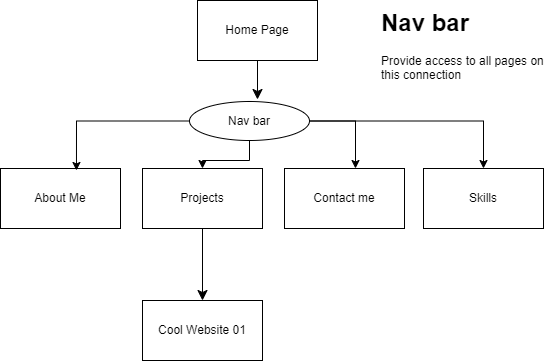
This is sitemap.png from Nianxintao/feb24tw-bigwebsite, a draw.io export, as it was before one commit. Source tidied: cells renumbered, new cells last; positions are measured from the earlier drawing's top-left corner, leaving out a move shared by most shapes. The source it was exported from:
```xml
<mxGraphModel>
  <root>
    <mxCell id="0" />
    <mxCell id="1" parent="0" />
    <mxCell id="2" style="edgeStyle=none;curved=1;rounded=0;jettySize=auto;html=1;fontSize=12;startSize=8;endSize=8;" parent="1" edge="1" source="3">
      <mxGeometry relative="1" as="geometry">
        <mxPoint x="257" y="99" as="targetPoint" />
      </mxGeometry>
    </mxCell>
    <mxCell id="3" value="Home Page" style="rounded=0;whiteSpace=wrap;html=1;" parent="1" vertex="1">
      <mxGeometry x="197" width="120" height="60" as="geometry" />
    </mxCell>
    <mxCell id="4" value="About Me" style="rounded=0;whiteSpace=wrap;html=1;" parent="1" vertex="1">
      <mxGeometry y="168" width="120" height="60" as="geometry" />
    </mxCell>
    <mxCell id="5" style="edgeStyle=none;curved=1;rounded=0;jettySize=auto;html=1;fontSize=12;startSize=8;endSize=8;" parent="1" edge="1" source="6" target="9">
      <mxGeometry relative="1" as="geometry" />
    </mxCell>
    <mxCell id="6" value="Projects" style="rounded=0;whiteSpace=wrap;html=1;" parent="1" vertex="1">
      <mxGeometry x="142" y="168" width="120" height="60" as="geometry" />
    </mxCell>
    <mxCell id="7" value="Contact me" style="rounded=0;whiteSpace=wrap;html=1;" parent="1" vertex="1">
      <mxGeometry x="284" y="168" width="120" height="60" as="geometry" />
    </mxCell>
    <mxCell id="8" value="Skills" style="rounded=0;whiteSpace=wrap;html=1;" parent="1" vertex="1">
      <mxGeometry x="423" y="168" width="120" height="60" as="geometry" />
    </mxCell>
    <mxCell id="9" value="Cool Website 01" style="rounded=0;whiteSpace=wrap;html=1;" parent="1" vertex="1">
      <mxGeometry x="142" y="300" width="120" height="60" as="geometry" />
    </mxCell>
    <mxCell id="10" style="edgeStyle=orthogonalEdgeStyle;rounded=0;jettySize=auto;html=1;exitX=0.5;exitY=1;exitDx=0;exitDy=0;" parent="1" edge="1" source="13" target="6">
      <mxGeometry relative="1" as="geometry" />
    </mxCell>
    <mxCell id="11" style="edgeStyle=orthogonalEdgeStyle;rounded=0;jettySize=auto;html=1;exitX=1;exitY=0.5;exitDx=0;exitDy=0;" parent="1" edge="1" source="13" target="7">
      <mxGeometry relative="1" as="geometry">
        <Array as="points">
          <mxPoint x="355" y="121" />
        </Array>
      </mxGeometry>
    </mxCell>
    <mxCell id="12" style="edgeStyle=orthogonalEdgeStyle;rounded=0;jettySize=auto;html=1;exitX=1;exitY=0.5;exitDx=0;exitDy=0;entryX=0.5;entryY=0;entryDx=0;entryDy=0;" parent="1" edge="1" source="13" target="8">
      <mxGeometry relative="1" as="geometry" />
    </mxCell>
    <mxCell id="13" value="Nav bar" style="ellipse;whiteSpace=wrap;html=1;" parent="1" vertex="1">
      <mxGeometry x="189" y="101" width="120" height="39" as="geometry" />
    </mxCell>
    <mxCell id="14" value="&lt;h1 style=&quot;margin-top: 0px;&quot;&gt;Nav bar&lt;/h1&gt;&lt;div&gt;Provide access to all pages on this connection&lt;/div&gt;" style="text;html=1;whiteSpace=wrap;overflow=hidden;rounded=0;" parent="1" vertex="1">
      <mxGeometry x="379" y="2" width="180" height="120" as="geometry" />
    </mxCell>
    <mxCell id="15" style="edgeStyle=orthogonalEdgeStyle;rounded=0;jettySize=auto;html=1;exitX=0;exitY=0.5;exitDx=0;exitDy=0;entryX=0.633;entryY=0.033;entryDx=0;entryDy=0;entryPerimeter=0;" parent="1" edge="1" source="13" target="4">
      <mxGeometry relative="1" as="geometry" />
    </mxCell>
  </root>
</mxGraphModel>
```
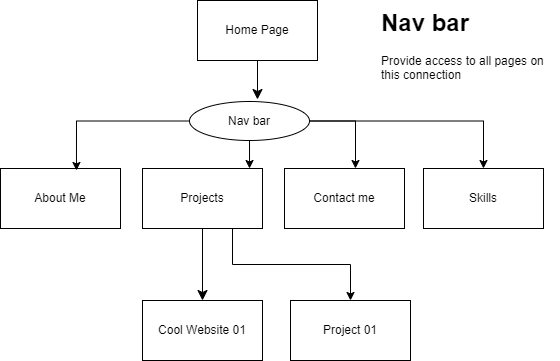
After the change.

The edit, as a diff of the source:
```diff
@@ -13,9 +13,14 @@
     <mxCell id="4" value="About Me" style="rounded=0;whiteSpace=wrap;html=1;" parent="1" vertex="1">
       <mxGeometry y="168" width="120" height="60" as="geometry" />
     </mxCell>
-    <mxCell id="5" style="edgeStyle=none;curved=1;rounded=0;jettySize=auto;html=1;fontSize=12;startSize=8;endSize=8;" parent="1" edge="1" source="6" target="9">
-      <mxGeometry relative="1" as="geometry" />
+    <mxCell id="5" style="edgeStyle=none;curved=1;rounded=0;jettySize=auto;html=1;fontSize=12;startSize=8;endSize=8;" parent="1" edge="1" target="9">
+      <mxGeometry relative="1" as="geometry">
+        <mxPoint x="202" y="223" as="sourcePoint" />
+      </mxGeometry>
     </mxCell>
+    <mxCell id="16" style="edgeStyle=orthogonalEdgeStyle;rounded=0;jettySize=auto;html=1;exitX=0.75;exitY=1;exitDx=0;exitDy=0;" parent="1" edge="1" source="6" target="17">
+      <mxGeometry relative="1" as="geometry" />
+    </mxCell>
     <mxCell id="6" value="Projects" style="rounded=0;whiteSpace=wrap;html=1;" parent="1" vertex="1">
       <mxGeometry x="142" y="168" width="120" height="60" as="geometry" />
     </mxCell>
@@ -28,9 +33,6 @@
     <mxCell id="9" value="Cool Website 01" style="rounded=0;whiteSpace=wrap;html=1;" parent="1" vertex="1">
       <mxGeometry x="142" y="300" width="120" height="60" as="geometry" />
     </mxCell>
-    <mxCell id="10" style="edgeStyle=orthogonalEdgeStyle;rounded=0;jettySize=auto;html=1;exitX=0.5;exitY=1;exitDx=0;exitDy=0;" parent="1" edge="1" source="13" target="6">
-      <mxGeometry relative="1" as="geometry" />
-    </mxCell>
     <mxCell id="11" style="edgeStyle=orthogonalEdgeStyle;rounded=0;jettySize=auto;html=1;exitX=1;exitY=0.5;exitDx=0;exitDy=0;" parent="1" edge="1" source="13" target="7">
       <mxGeometry relative="1" as="geometry">
         <Array as="points">
@@ -50,5 +52,11 @@
     <mxCell id="15" style="edgeStyle=orthogonalEdgeStyle;rounded=0;jettySize=auto;html=1;exitX=0;exitY=0.5;exitDx=0;exitDy=0;entryX=0.633;entryY=0.033;entryDx=0;entryDy=0;entryPerimeter=0;" parent="1" edge="1" source="13" target="4">
       <mxGeometry relative="1" as="geometry" />
     </mxCell>
+    <mxCell id="10" style="edgeStyle=orthogonalEdgeStyle;rounded=0;jettySize=auto;html=1;exitX=0.5;exitY=1;exitDx=0;exitDy=0;entryX=0.892;entryY=0;entryDx=0;entryDy=0;entryPerimeter=0;" parent="1" edge="1" source="13" target="6">
+      <mxGeometry relative="1" as="geometry" />
+    </mxCell>
+    <mxCell id="17" value="Project 01" style="rounded=0;whiteSpace=wrap;html=1;" parent="1" vertex="1">
+      <mxGeometry x="290" y="300" width="120" height="60" as="geometry" />
+    </mxCell>
   </root>
 </mxGraphModel>
```
